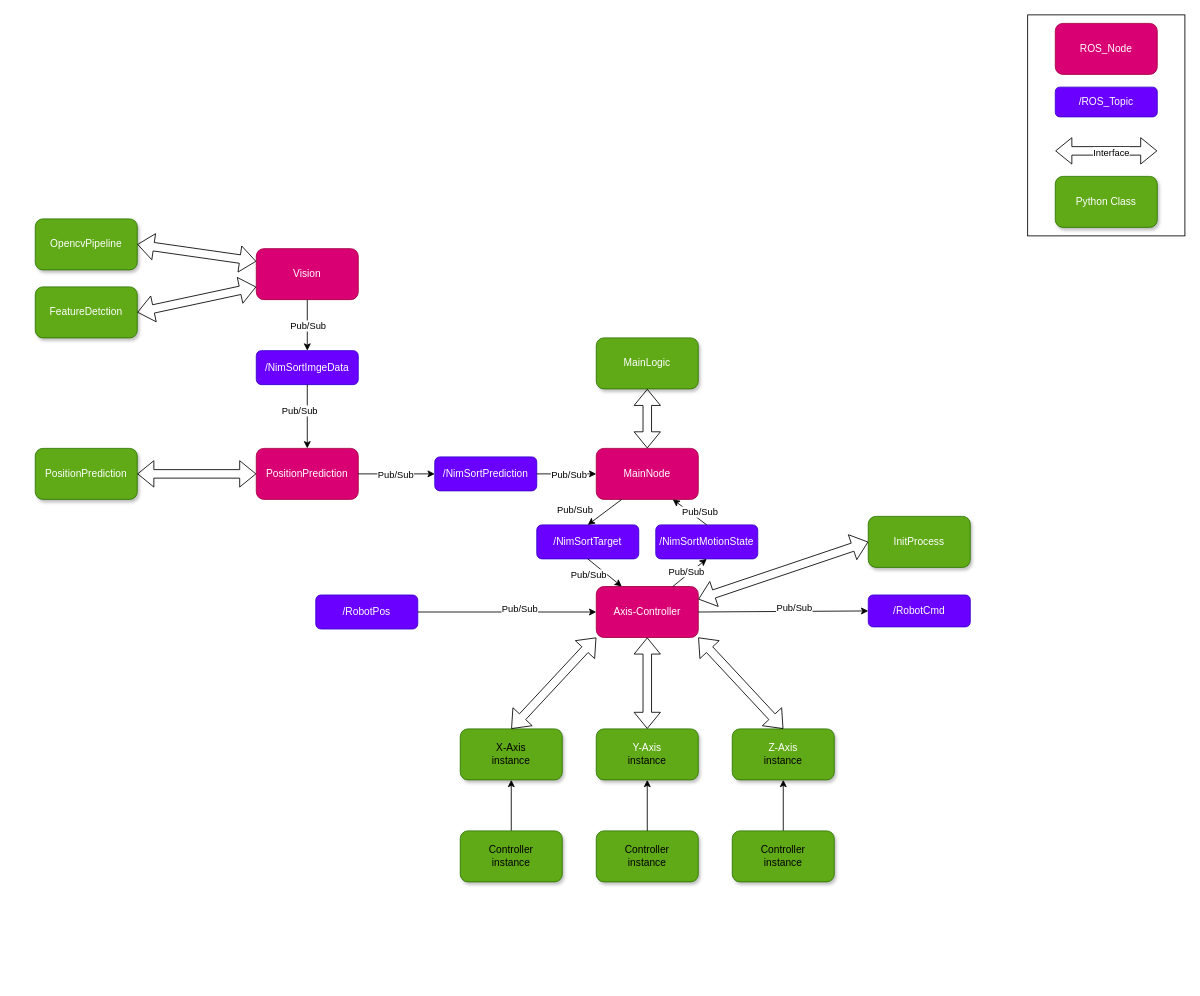
This is page "Page-1" (1 of 4) of misc/arch.drawio from derlole/NimSort42, a draw.io file, before an edit. Source tidied: cells renumbered, new cells numbered last; positions are measured from the earlier drawing's top-left corner, leaving out a move shared by most shapes. Both pictures are drawn from the tidied source at 85%, with x=0, y=0 at pixel (35, 14).
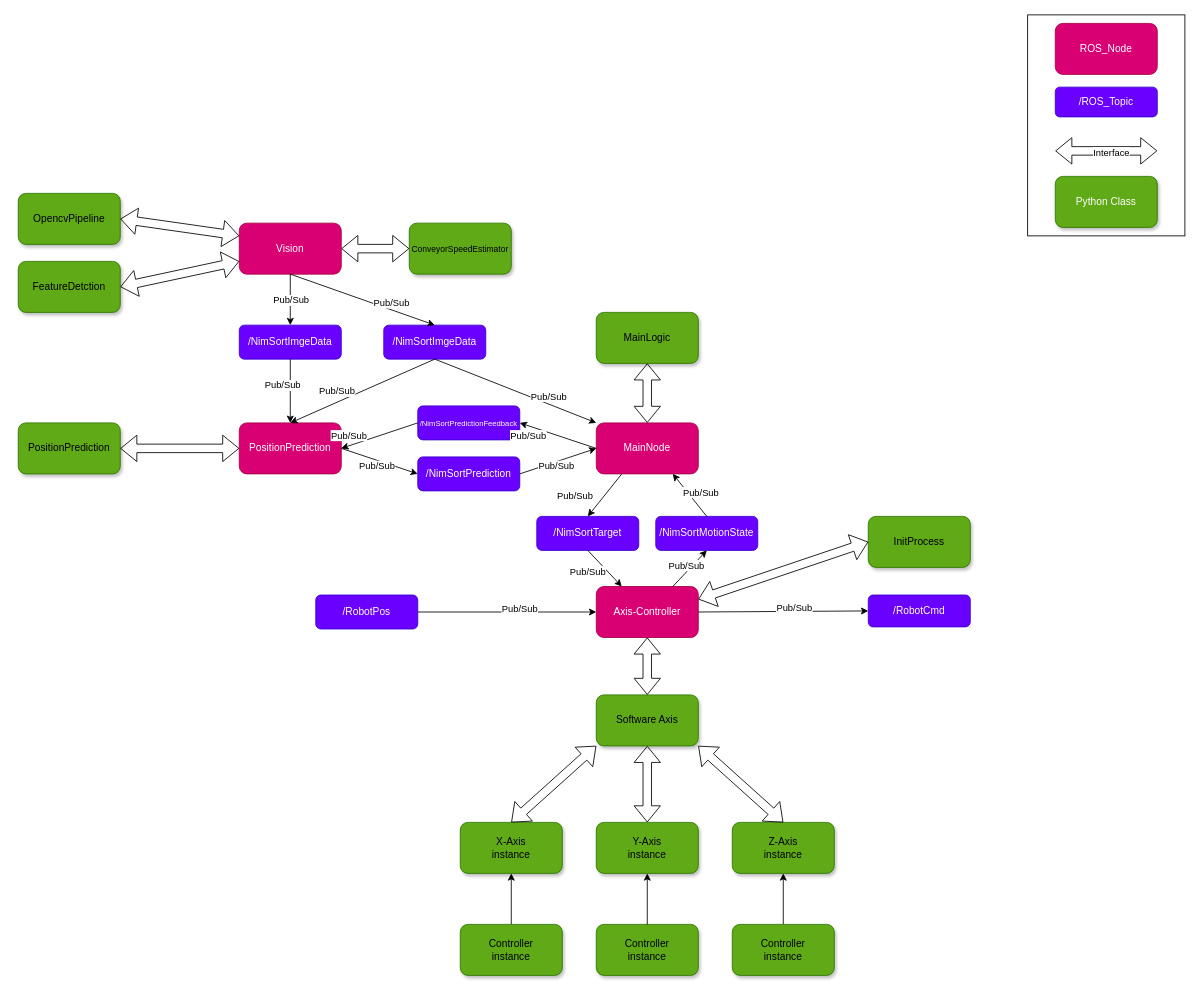
The same page after the edit.

The change refers to these unchanged cells:
```xml
<mxCell id="9" value="Axis-Controller" style="rounded=1;whiteSpace=wrap;html=1;fillColor=#d80073;shadow=0;strokeColor=#A50040;fontColor=#ffffff;" parent="1" vertex="1">
  <mxGeometry x="660" y="672.5" width="120" height="60" as="geometry" />
</mxCell>
<mxCell id="44" style="endArrow=classic;html=1;entryX=0;entryY=0.5;entryDx=0;entryDy=0;exitX=1;exitY=0.5;exitDx=0;exitDy=0;" parent="1" edge="1" source="41" target="13">
  <mxGeometry relative="1" as="geometry" />
</mxCell>
```

Diff of the diagram source:
```diff
@@
-    <mxCell id="8" value="MainLogic" style="rounded=1;whiteSpace=wrap;html=1;shadow=1;fillColor=#60a917;fontColor=#ffffff;strokeColor=#2D7600;" parent="1" vertex="1">
-      <mxGeometry x="660" y="380" width="120" height="60" as="geometry" />
+    <mxCell id="8" value="&lt;font style=&quot;color: rgb(0, 0, 0);&quot;&gt;MainLogic&lt;/font&gt;" style="rounded=1;whiteSpace=wrap;html=1;shadow=1;fillColor=#60a917;fontColor=#ffffff;strokeColor=#2D7600;" parent="1" vertex="1">
+      <mxGeometry x="660" y="350" width="120" height="60" as="geometry" />
     </mxCell>
@@
     <mxCell id="13" value="MainNode" style="rounded=1;whiteSpace=wrap;html=1;fillColor=#d80073;shadow=0;strokeColor=#A50040;fontColor=#ffffff;" parent="1" vertex="1">
-      <mxGeometry x="660" y="510" width="120" height="60" as="geometry" />
+      <mxGeometry x="660" y="480" width="120" height="60" as="geometry" />
     </mxCell>
     <mxCell id="14" value="/NimSortTarget" style="rounded=1;whiteSpace=wrap;html=1;fillColor=#6a00ff;shadow=0;strokeColor=#3700CC;fontColor=#ffffff;" parent="1" vertex="1">
-      <mxGeometry x="590" y="600" width="120" height="40" as="geometry" />
+      <mxGeometry x="590" y="590" width="120" height="40" as="geometry" />
     </mxCell>
@@
-    <mxCell id="16" value="Z-Axis&lt;div&gt;&lt;font style=&quot;color: light-dark(rgb(0, 0, 0), rgb(0, 0, 0));&quot;&gt;instance&lt;/font&gt;&lt;/div&gt;" style="rounded=1;whiteSpace=wrap;html=1;shadow=1;fillColor=#60a917;fontColor=#ffffff;strokeColor=#2D7600;" parent="1" vertex="1">
-      <mxGeometry x="820" y="840" width="120" height="60" as="geometry" />
+    <mxCell id="16" value="&lt;font style=&quot;color: rgb(0, 0, 0);&quot;&gt;Z-Axis&lt;/font&gt;&lt;div&gt;&lt;font style=&quot;color: rgb(0, 0, 0);&quot;&gt;instance&lt;/font&gt;&lt;/div&gt;" style="rounded=1;whiteSpace=wrap;html=1;shadow=1;fillColor=#60a917;fontColor=#ffffff;strokeColor=#2D7600;" parent="1" vertex="1">
+      <mxGeometry x="820" y="950" width="120" height="60" as="geometry" />
     </mxCell>
-    <mxCell id="17" value="Y-Axis&lt;div&gt;&lt;font style=&quot;color: light-dark(rgb(0, 0, 0), rgb(0, 0, 0));&quot;&gt;instance&lt;/font&gt;&lt;/div&gt;" style="rounded=1;whiteSpace=wrap;html=1;shadow=1;fillColor=#60a917;fontColor=#ffffff;strokeColor=#2D7600;" parent="1" vertex="1">
-      <mxGeometry x="660" y="840" width="120" height="60" as="geometry" />
+    <mxCell id="17" value="&lt;font style=&quot;color: rgb(0, 0, 0);&quot;&gt;Y-Axis&lt;/font&gt;&lt;div&gt;&lt;font style=&quot;color: rgb(0, 0, 0);&quot;&gt;instance&lt;/font&gt;&lt;/div&gt;" style="rounded=1;whiteSpace=wrap;html=1;shadow=1;fillColor=#60a917;fontColor=#ffffff;strokeColor=#2D7600;" parent="1" vertex="1">
+      <mxGeometry x="660" y="950" width="120" height="60" as="geometry" />
     </mxCell>
     <mxCell id="18" value="&lt;font style=&quot;color: light-dark(rgb(0, 0, 0), rgb(0, 0, 0));&quot;&gt;X-Axis&lt;/font&gt;&lt;div&gt;&lt;font style=&quot;color: light-dark(rgb(0, 0, 0), rgb(0, 0, 0));&quot;&gt;instance&lt;/font&gt;&lt;/div&gt;" style="rounded=1;whiteSpace=wrap;html=1;shadow=1;fillColor=#60a917;fontColor=#ffffff;strokeColor=#2D7600;" parent="1" vertex="1">
-      <mxGeometry x="500" y="840" width="120" height="60" as="geometry" />
+      <mxGeometry x="500" y="950" width="120" height="60" as="geometry" />
     </mxCell>
     <mxCell id="19" value="&lt;font style=&quot;color: light-dark(rgb(0, 0, 0), rgb(0, 0, 0));&quot;&gt;Controller&lt;/font&gt;&lt;div&gt;&lt;span style=&quot;color: rgb(0, 0, 0);&quot;&gt;&lt;font style=&quot;color: light-dark(rgb(0, 0, 0), rgb(0, 0, 0));&quot;&gt;instance&lt;/font&gt;&lt;/span&gt;&lt;/div&gt;" style="rounded=1;whiteSpace=wrap;html=1;shadow=1;fillColor=#60a917;fontColor=#ffffff;strokeColor=#2D7600;" parent="1" vertex="1">
-      <mxGeometry x="660" y="960" width="120" height="60" as="geometry" />
+      <mxGeometry x="660" y="1070" width="120" height="60" as="geometry" />
     </mxCell>
@@
-    <mxCell id="23" style="shape=flexArrow;endArrow=classic;startArrow=classic;html=1;entryX=0.5;entryY=1;entryDx=0;entryDy=0;exitX=0.5;exitY=0;exitDx=0;exitDy=0;" parent="1" edge="1" source="17" target="9">
+    <mxCell id="23" style="shape=flexArrow;endArrow=classic;startArrow=classic;html=1;exitX=0.5;exitY=0;exitDx=0;exitDy=0;entryX=0.5;entryY=1;entryDx=0;entryDy=0;" parent="1" edge="1" source="17" target="65">
       <mxGeometry relative="1" as="geometry" />
     </mxCell>
-    <mxCell id="24" style="shape=flexArrow;endArrow=classic;startArrow=classic;html=1;entryX=1;entryY=1;entryDx=0;entryDy=0;exitX=0.5;exitY=0;exitDx=0;exitDy=0;" parent="1" edge="1" source="16" target="9">
+    <mxCell id="24" style="shape=flexArrow;endArrow=classic;startArrow=classic;html=1;exitX=0.5;exitY=0;exitDx=0;exitDy=0;entryX=1;entryY=1;entryDx=0;entryDy=0;" parent="1" edge="1" source="16" target="65">
       <mxGeometry relative="1" as="geometry" />
     </mxCell>
-    <mxCell id="25" style="shape=flexArrow;endArrow=classic;startArrow=classic;html=1;entryX=0;entryY=1;entryDx=0;entryDy=0;exitX=0.5;exitY=0;exitDx=0;exitDy=0;" parent="1" edge="1" source="18" target="9">
+    <mxCell id="25" style="shape=flexArrow;endArrow=classic;startArrow=classic;html=1;exitX=0.5;exitY=0;exitDx=0;exitDy=0;entryX=0;entryY=1;entryDx=0;entryDy=0;" parent="1" edge="1" source="18" target="65">
       <mxGeometry relative="1" as="geometry" />
     </mxCell>
@@
     <mxCell id="31" value="Vision" style="rounded=1;whiteSpace=wrap;html=1;fillColor=#d80073;shadow=0;strokeColor=#A50040;fontColor=#ffffff;" parent="1" vertex="1">
-      <mxGeometry x="260" y="275" width="120" height="60" as="geometry" />
+      <mxGeometry x="240" y="245" width="120" height="60" as="geometry" />
     </mxCell>
-    <mxCell id="32" value="FeatureDetction" style="rounded=1;whiteSpace=wrap;html=1;shadow=1;fillColor=#60a917;fontColor=#ffffff;strokeColor=#2D7600;" parent="1" vertex="1">
-      <mxGeometry y="320" width="120" height="60" as="geometry" />
+    <mxCell id="32" value="&lt;font style=&quot;color: rgb(0, 0, 0);&quot;&gt;FeatureDetction&lt;/font&gt;" style="rounded=1;whiteSpace=wrap;html=1;shadow=1;fillColor=#60a917;fontColor=#ffffff;strokeColor=#2D7600;" parent="1" vertex="1">
+      <mxGeometry x="-20" y="290" width="120" height="60" as="geometry" />
     </mxCell>
-    <mxCell id="33" value="OpencvPipeline" style="rounded=1;whiteSpace=wrap;html=1;shadow=1;fillColor=#60a917;fontColor=#ffffff;strokeColor=#2D7600;" parent="1" vertex="1">
-      <mxGeometry y="240" width="120" height="60" as="geometry" />
+    <mxCell id="33" value="&lt;font style=&quot;color: rgb(0, 0, 0);&quot;&gt;OpencvPipeline&lt;/font&gt;" style="rounded=1;whiteSpace=wrap;html=1;shadow=1;fillColor=#60a917;fontColor=#ffffff;strokeColor=#2D7600;" parent="1" vertex="1">
+      <mxGeometry x="-20" y="210" width="120" height="60" as="geometry" />
     </mxCell>
     <mxCell id="34" value="/NimSortImgeData" style="rounded=1;whiteSpace=wrap;html=1;fillColor=#6a00ff;shadow=0;strokeColor=#3700CC;fontColor=#ffffff;" parent="1" vertex="1">
-      <mxGeometry x="260" y="395" width="120" height="40" as="geometry" />
+      <mxGeometry x="240" y="365" width="120" height="40" as="geometry" />
     </mxCell>
@@
     <mxCell id="37" value="PositionPrediction" style="rounded=1;whiteSpace=wrap;html=1;fillColor=#d80073;shadow=0;strokeColor=#A50040;fontColor=#ffffff;" parent="1" vertex="1">
-      <mxGeometry x="260" y="510" width="120" height="60" as="geometry" />
+      <mxGeometry x="240" y="480" width="120" height="60" as="geometry" />
     </mxCell>
@@
-    <mxCell id="40" value="PositionPrediction" style="rounded=1;whiteSpace=wrap;html=1;shadow=1;fillColor=#60a917;fontColor=#ffffff;strokeColor=#2D7600;" parent="1" vertex="1">
-      <mxGeometry y="510" width="120" height="60" as="geometry" />
+    <mxCell id="40" value="&lt;font style=&quot;color: rgb(0, 0, 0);&quot;&gt;PositionPrediction&lt;/font&gt;" style="rounded=1;whiteSpace=wrap;html=1;shadow=1;fillColor=#60a917;fontColor=#ffffff;strokeColor=#2D7600;" parent="1" vertex="1">
+      <mxGeometry x="-20" y="480" width="120" height="60" as="geometry" />
     </mxCell>
     <mxCell id="41" value="/NimSortPrediction" style="rounded=1;whiteSpace=wrap;html=1;fillColor=#6a00ff;shadow=0;strokeColor=#3700CC;fontColor=#ffffff;" parent="1" vertex="1">
-      <mxGeometry x="470" y="520" width="120" height="40" as="geometry" />
+      <mxGeometry x="450" y="520" width="120" height="40" as="geometry" />
     </mxCell>
@@
     <mxCell id="45" value="Pub/Sub" style="edgeLabel;html=1;align=center;verticalAlign=middle;" parent="44" vertex="1">
       <mxGeometry x="0.38" y="-3" relative="1" as="geometry">
-        <mxPoint x="-11" y="-3" as="offset" />
+        <mxPoint x="-20" y="8" as="offset" />
       </mxGeometry>
     </mxCell>
@@
-    <mxCell id="49" value="InitProcess" style="rounded=1;whiteSpace=wrap;html=1;shadow=1;fillColor=#60a917;fontColor=#ffffff;strokeColor=#2D7600;" parent="1" vertex="1">
+    <mxCell id="49" value="&lt;font style=&quot;color: rgb(0, 0, 0);&quot;&gt;InitProcess&lt;/font&gt;" style="rounded=1;whiteSpace=wrap;html=1;shadow=1;fillColor=#60a917;fontColor=#ffffff;strokeColor=#2D7600;" parent="1" vertex="1">
       <mxGeometry x="980" y="590" width="120" height="60" as="geometry" />
     </mxCell>
@@
     <mxCell id="53" value="&lt;font style=&quot;color: light-dark(rgb(0, 0, 0), rgb(0, 0, 0));&quot;&gt;Controller&lt;/font&gt;&lt;div&gt;&lt;span style=&quot;color: rgb(0, 0, 0);&quot;&gt;&lt;font style=&quot;color: light-dark(rgb(0, 0, 0), rgb(0, 0, 0));&quot;&gt;instance&lt;/font&gt;&lt;/span&gt;&lt;/div&gt;" style="rounded=1;whiteSpace=wrap;html=1;shadow=1;fillColor=#60a917;fontColor=#ffffff;strokeColor=#2D7600;" parent="1" vertex="1">
-      <mxGeometry x="500" y="960" width="120" height="60" as="geometry" />
+      <mxGeometry x="500" y="1070" width="120" height="60" as="geometry" />
     </mxCell>
     <mxCell id="54" value="&lt;font style=&quot;color: light-dark(rgb(0, 0, 0), rgb(0, 0, 0));&quot;&gt;Controller&lt;/font&gt;&lt;div&gt;&lt;span style=&quot;color: rgb(0, 0, 0);&quot;&gt;&lt;font style=&quot;color: light-dark(rgb(0, 0, 0), rgb(0, 0, 0));&quot;&gt;instance&lt;/font&gt;&lt;/span&gt;&lt;/div&gt;" style="rounded=1;whiteSpace=wrap;html=1;shadow=1;fillColor=#60a917;fontColor=#ffffff;strokeColor=#2D7600;" parent="1" vertex="1">
-      <mxGeometry x="820" y="960" width="120" height="60" as="geometry" />
+      <mxGeometry x="820" y="1070" width="120" height="60" as="geometry" />
     </mxCell>
     <mxCell id="55" value="/NimSortMotionState" style="rounded=1;whiteSpace=wrap;html=1;fillColor=#6a00ff;shadow=0;strokeColor=#3700CC;fontColor=#ffffff;" parent="1" vertex="1">
-      <mxGeometry x="730" y="600" width="120" height="40" as="geometry" />
+      <mxGeometry x="730" y="590" width="120" height="40" as="geometry" />
     </mxCell>
@@
+    <mxCell id="60" value="&lt;font style=&quot;font-size: 9px;&quot;&gt;/NimSortPredictionFeedback&lt;/font&gt;" style="rounded=1;whiteSpace=wrap;html=1;fillColor=#6a00ff;shadow=0;strokeColor=#3700CC;fontColor=#ffffff;" parent="1" vertex="1">
+      <mxGeometry x="450" y="460" width="120" height="40" as="geometry" />
+    </mxCell>
+    <mxCell id="61" style="endArrow=classic;html=1;entryX=1;entryY=0.5;entryDx=0;entryDy=0;exitX=0;exitY=0.5;exitDx=0;exitDy=0;" parent="1" edge="1" source="60" target="37">
+      <mxGeometry relative="1" as="geometry" />
+    </mxCell>
+    <mxCell id="62" value="Pub/Sub" style="edgeLabel;html=1;align=center;verticalAlign=middle;" parent="61" vertex="1">
+      <mxGeometry x="0.38" y="-3" relative="1" as="geometry">
+        <mxPoint x="-19" y="-3" as="offset" />
+      </mxGeometry>
+    </mxCell>
+    <mxCell id="63" style="endArrow=classic;html=1;entryX=1;entryY=0.5;entryDx=0;entryDy=0;exitX=0;exitY=0.5;exitDx=0;exitDy=0;" parent="1" edge="1" source="13" target="60">
+      <mxGeometry relative="1" as="geometry" />
+    </mxCell>
+    <mxCell id="64" value="Pub/Sub" style="edgeLabel;html=1;align=center;verticalAlign=middle;" parent="63" vertex="1">
+      <mxGeometry x="0.38" y="-3" relative="1" as="geometry">
+        <mxPoint x="-20" y="8" as="offset" />
+      </mxGeometry>
+    </mxCell>
+    <mxCell id="65" value="&lt;font color=&quot;#000000&quot;&gt;Software Axis&lt;/font&gt;" style="rounded=1;whiteSpace=wrap;html=1;shadow=1;fillColor=#60a917;fontColor=#ffffff;strokeColor=#2D7600;" parent="1" vertex="1">
+      <mxGeometry x="660" y="800" width="120" height="60" as="geometry" />
+    </mxCell>
+    <mxCell id="66" style="shape=flexArrow;endArrow=classic;startArrow=classic;html=1;exitX=0.5;exitY=0;exitDx=0;exitDy=0;entryX=0.5;entryY=1;entryDx=0;entryDy=0;" parent="1" edge="1" source="65" target="9">
+      <mxGeometry relative="1" as="geometry" />
+    </mxCell>
+    <mxCell id="67" value="&lt;font style=&quot;color: rgb(0, 0, 0); font-size: 10px;&quot;&gt;ConveyorSpeedEstimator&lt;/font&gt;" style="rounded=1;whiteSpace=wrap;html=1;shadow=1;fillColor=#60a917;fontColor=#ffffff;strokeColor=#2D7600;" parent="1" vertex="1">
+      <mxGeometry x="440" y="245" width="120" height="60" as="geometry" />
+    </mxCell>
+    <mxCell id="68" style="shape=flexArrow;endArrow=classic;startArrow=classic;html=1;entryX=1;entryY=0.5;entryDx=0;entryDy=0;exitX=0;exitY=0.5;exitDx=0;exitDy=0;" parent="1" edge="1" source="67" target="31">
+      <mxGeometry relative="1" as="geometry" />
+    </mxCell>
+    <mxCell id="69" value="/NimSortImgeData" style="rounded=1;whiteSpace=wrap;html=1;fillColor=#6a00ff;shadow=0;strokeColor=#3700CC;fontColor=#ffffff;" parent="1" vertex="1">
+      <mxGeometry x="410" y="365" width="120" height="40" as="geometry" />
+    </mxCell>
+    <mxCell id="70" style="endArrow=classic;html=1;exitX=0.5;exitY=1;exitDx=0;exitDy=0;entryX=0.5;entryY=0;entryDx=0;entryDy=0;" parent="1" edge="1" source="31" target="69">
+      <mxGeometry relative="1" as="geometry" />
+    </mxCell>
+    <mxCell id="71" value="Pub/Sub" style="edgeLabel;html=1;align=center;verticalAlign=middle;" parent="70" vertex="1">
+      <mxGeometry x="0.38" y="-3" relative="1" as="geometry">
+        <mxPoint x="3" y="-11" as="offset" />
+      </mxGeometry>
+    </mxCell>
+    <mxCell id="72" style="endArrow=classic;html=1;exitX=0.5;exitY=1;exitDx=0;exitDy=0;entryX=0.5;entryY=0;entryDx=0;entryDy=0;" parent="1" edge="1" source="69" target="37">
+      <mxGeometry relative="1" as="geometry" />
+    </mxCell>
+    <mxCell id="73" value="Pub/Sub" style="edgeLabel;html=1;align=center;verticalAlign=middle;" parent="72" vertex="1">
+      <mxGeometry x="0.38" y="-3" relative="1" as="geometry">
+        <mxPoint x="3" y="-11" as="offset" />
+      </mxGeometry>
+    </mxCell>
+    <mxCell id="74" style="endArrow=classic;html=1;exitX=0.5;exitY=1;exitDx=0;exitDy=0;entryX=0;entryY=0;entryDx=0;entryDy=0;" parent="1" edge="1" source="69" target="13">
+      <mxGeometry relative="1" as="geometry" />
+    </mxCell>
+    <mxCell id="75" value="Pub/Sub" style="edgeLabel;html=1;align=center;verticalAlign=middle;" parent="74" vertex="1">
+      <mxGeometry x="0.38" y="-3" relative="1" as="geometry">
+        <mxPoint x="3" y="-11" as="offset" />
+      </mxGeometry>
+    </mxCell>
```
